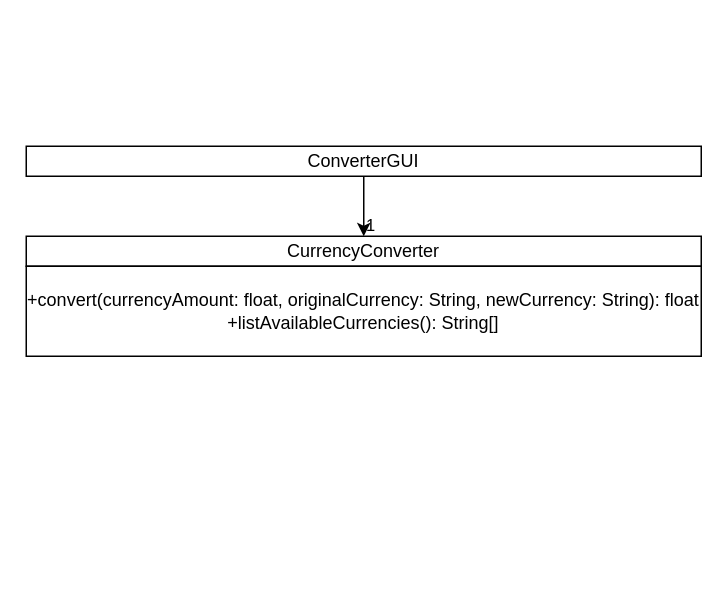
Before: UML diagram.drawio in Innopolis-University-Classroom/lab06-liveworldlike, a draw.io diagram. Source tidied: cells renumbered, new cells numbered last; positions are measured from the earlier drawing's top-left corner, leaving out a move shared by most shapes. Both pictures are drawn from the tidied source at 150%, with x=0, y=0 at pixel (26, 146).
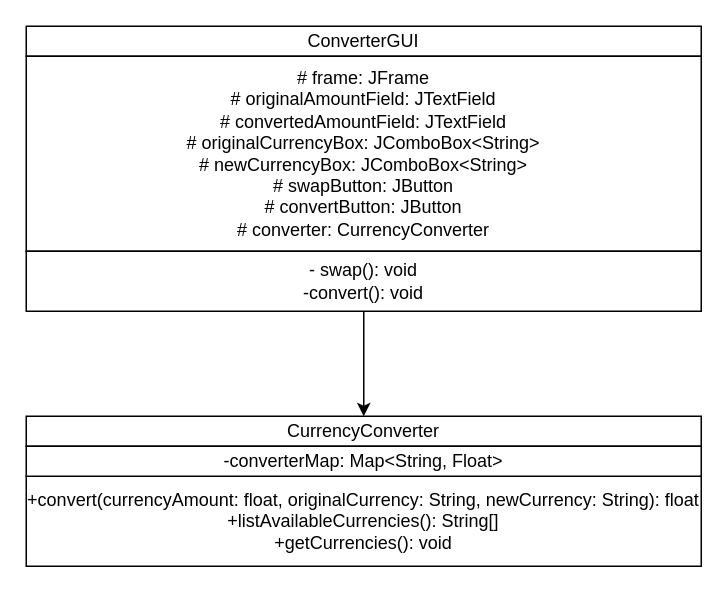
The same page after the edit.

Commit message (it also covers changes not shown here):
Implemented CurrencyConverter

The edit, as a diff of the source:
```diff
@@
 <mxGraphModel>
   <root>
     <mxCell id="0" />
     <mxCell id="1" parent="0" />
     <mxCell id="2" value="CurrencyConverter" style="rounded=0;whiteSpace=wrap;html=1;" parent="1" vertex="1">
-      <mxGeometry y="60" width="450" height="20" as="geometry" />
+      <mxGeometry y="180" width="450" height="20" as="geometry" />
     </mxCell>
-    <mxCell id="3" value="&lt;div&gt;+convert(currencyAmount: float, originalCurrency: String, newCurrency: String): float&lt;br&gt;&lt;/div&gt;&lt;div&gt;+listAvailableCurrencies(): String[]&lt;br&gt;&lt;/div&gt;" style="rounded=0;whiteSpace=wrap;html=1;" parent="1" vertex="1">
-      <mxGeometry y="80" width="450" height="60" as="geometry" />
+    <mxCell id="3" value="&lt;div&gt;+convert(currencyAmount: float, originalCurrency: String, newCurrency: String): float&lt;br&gt;&lt;/div&gt;&lt;div&gt;+listAvailableCurrencies(): String[]&lt;br&gt;&lt;/div&gt;&lt;div&gt;+getCurrencies(): void&lt;/div&gt;" style="rounded=0;whiteSpace=wrap;html=1;" parent="1" vertex="1">
+      <mxGeometry y="220" width="450" height="60" as="geometry" />
     </mxCell>
-    <mxCell id="4" value="&lt;div&gt;1&lt;/div&gt;" style="edgeStyle=orthogonalEdgeStyle;rounded=0;jettySize=auto;html=1;exitX=0.5;exitY=1;exitDx=0;exitDy=0;entryX=0.5;entryY=0;entryDx=0;entryDy=0;verticalAlign=top;align=left;labelPosition=right;verticalLabelPosition=bottom;labelBackgroundColor=none;" parent="1" edge="1" source="5" target="2">
-      <mxGeometry relative="1" as="geometry" />
-    </mxCell>
     <mxCell id="5" value="ConverterGUI" style="rounded=0;whiteSpace=wrap;html=1;" parent="1" vertex="1">
-      <mxGeometry width="450" height="20" as="geometry" />
+      <mxGeometry y="-80" width="450" height="20" as="geometry" />
     </mxCell>
+    <mxCell id="6" value="# frame: JFrame&lt;br&gt;# originalAmountField: JTextField&lt;br&gt;# convertedAmountField: JTextField&lt;br&gt;# originalCurrencyBox: JComboBox&amp;lt;String&amp;gt;&lt;br&gt;# newCurrencyBox: JComboBox&amp;lt;String&amp;gt;&lt;br&gt;# swapButton: JButton&lt;br&gt;# convertButton: JButton&lt;br&gt;# converter: CurrencyConverter" style="rounded=0;whiteSpace=wrap;html=1;" parent="1" vertex="1">
+      <mxGeometry y="-60" width="450" height="130" as="geometry" />
+    </mxCell>
+    <mxCell id="7" style="edgeStyle=orthogonalEdgeStyle;rounded=0;jettySize=auto;html=1;" parent="1" edge="1" source="8" target="2">
+      <mxGeometry relative="1" as="geometry" />
+    </mxCell>
+    <mxCell id="8" value="&lt;div&gt;- swap(): void&lt;/div&gt;&lt;div&gt;-convert(): void&lt;br&gt;&lt;/div&gt;" style="rounded=0;whiteSpace=wrap;html=1;" parent="1" vertex="1">
+      <mxGeometry y="70" width="450" height="40" as="geometry" />
+    </mxCell>
+    <mxCell id="9" value="-converterMap: Map&amp;lt;String, Float&amp;gt;" style="rounded=0;whiteSpace=wrap;html=1;" parent="1" vertex="1">
+      <mxGeometry y="200" width="450" height="20" as="geometry" />
+    </mxCell>
   </root>
 </mxGraphModel>
```
